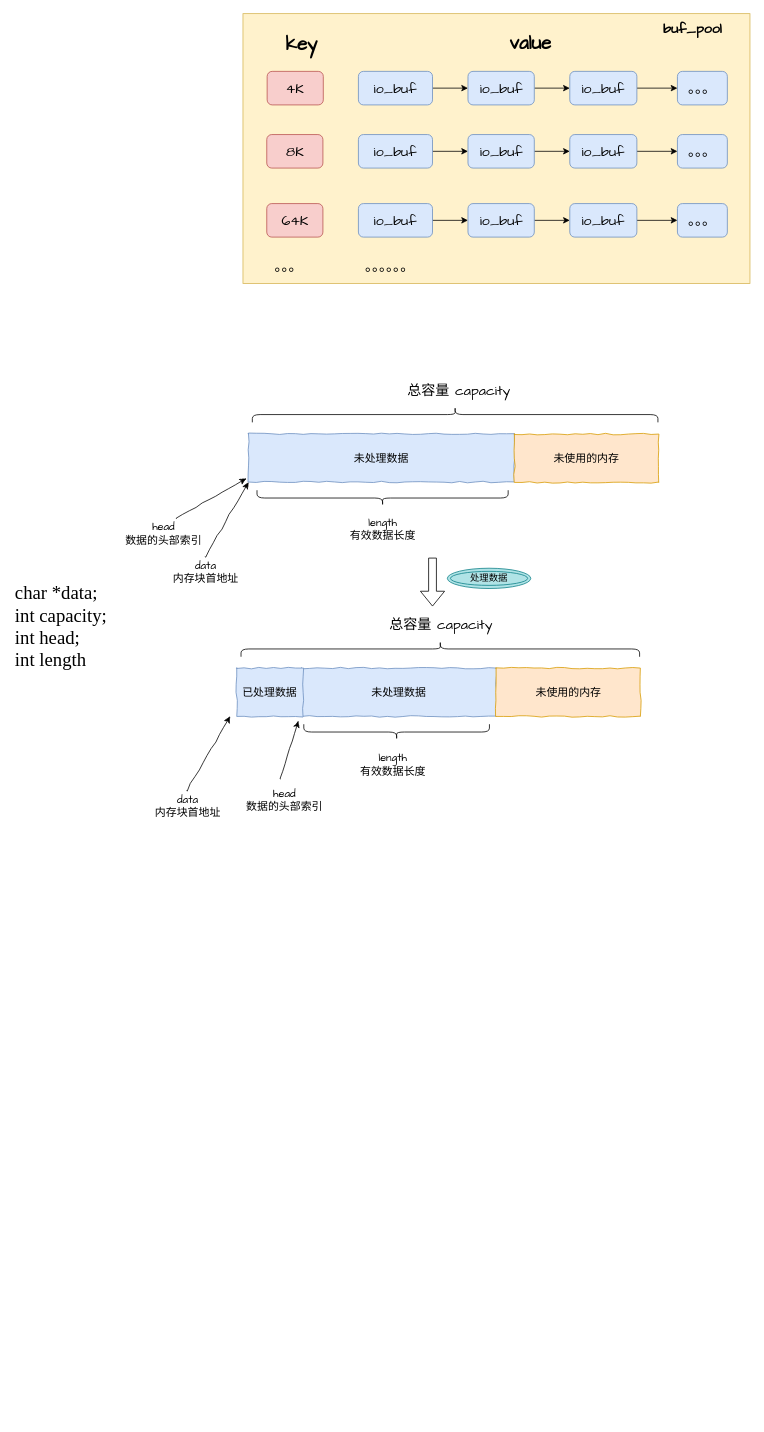
Above: page "负载均衡该项目" (4 of 4) of docs/workSpacePic/图标.drawio in kenlin-00/kendall-cpp-view (draw.io), before the change. Source tidied: cells renumbered, new cells numbered last; positions are measured from the earlier drawing's top-left corner, leaving out a move shared by most shapes. Both pictures are drawn from the tidied source at 78%, with x=0, y=0 at pixel (13, 13).
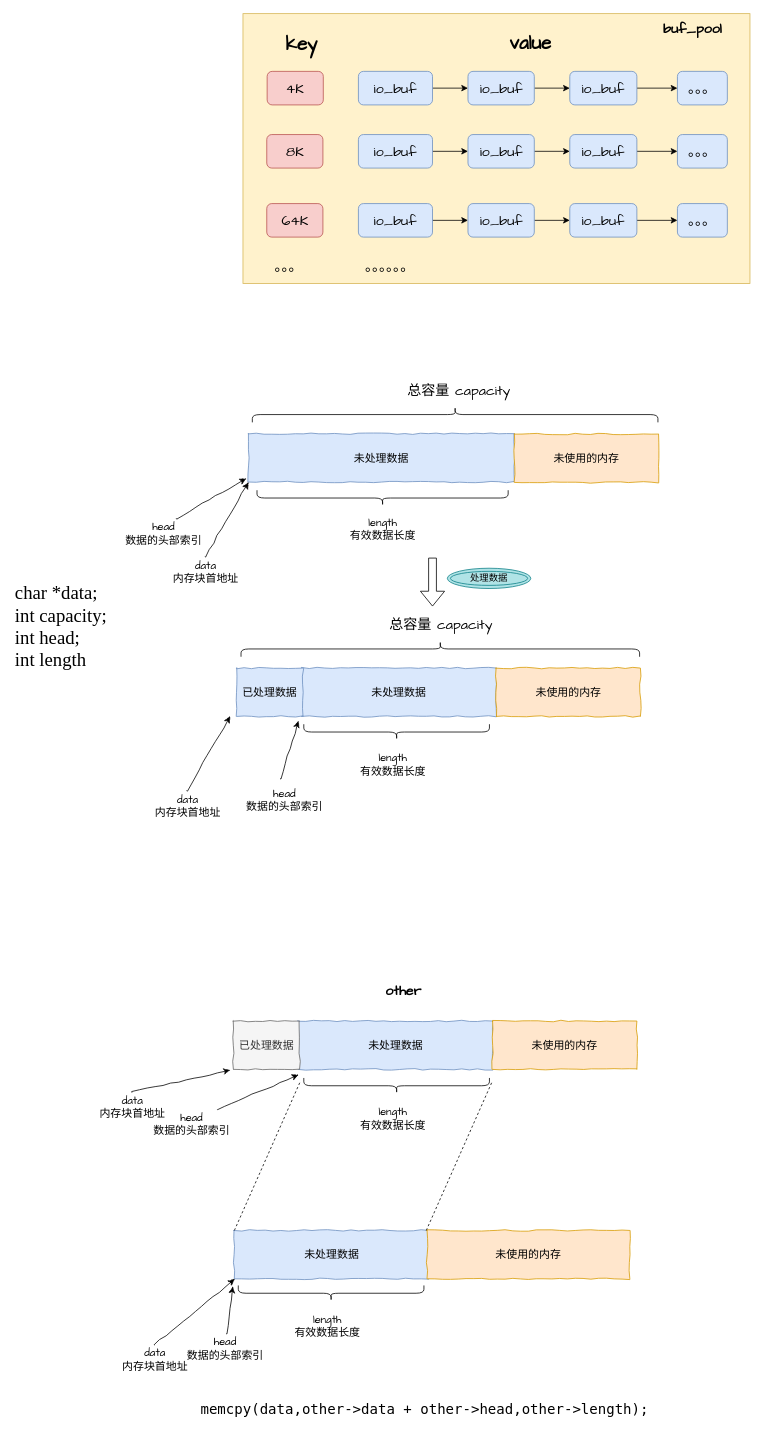
The same diagram, later.

The edit, as a diff of the source:
```diff
@@
+    <mxCell id="56" value="&lt;font style=&quot;font-size: 14px&quot;&gt;未处理数据&lt;/font&gt;" style="rounded=0;whiteSpace=wrap;html=1;fillColor=#dae8fc;strokeColor=#6c8ebf;comic=1;" parent="1" vertex="1">
+      <mxGeometry x="364.5" y="1291.5" width="250" height="62" as="geometry" />
+    </mxCell>
+    <mxCell id="57" value="&lt;font style=&quot;font-size: 14px&quot;&gt;未使用的内存&lt;/font&gt;" style="rounded=0;whiteSpace=wrap;html=1;fillColor=#ffe6cc;strokeColor=#d79b00;comic=1;" parent="1" vertex="1">
+      <mxGeometry x="614" y="1291.5" width="185" height="62" as="geometry" />
+    </mxCell>
+    <mxCell id="58" value="&lt;font style=&quot;font-size: 14px&quot;&gt;已处理数据&lt;/font&gt;" style="rounded=0;whiteSpace=wrap;html=1;fillColor=#f5f5f5;strokeColor=#666666;comic=1;fontColor=#333333;" parent="1" vertex="1">
+      <mxGeometry x="281.5" y="1291.5" width="85" height="62" as="geometry" />
+    </mxCell>
+    <mxCell id="59" value="&lt;font style=&quot;font-size: 18px&quot; face=&quot;Comic Sans MS&quot;&gt;&lt;b&gt;other&lt;/b&gt;&lt;/font&gt;" style="text;html=1;align=left;verticalAlign=top;spacingTop=-4;" parent="1" vertex="1">
+      <mxGeometry x="474.5" y="1239.5" width="57" height="16" as="geometry" />
+    </mxCell>
+    <mxCell id="60" style="endArrow=classic;html=1;exitX=0.495;exitY=-0.006;exitDx=0;exitDy=0;exitPerimeter=0;comic=1;" parent="1" edge="1" source="61">
+      <mxGeometry relative="1" as="geometry">
+        <mxPoint x="277.5" y="1354.5" as="targetPoint" />
+      </mxGeometry>
+    </mxCell>
+    <mxCell id="61" value="&lt;font style=&quot;font-size: 14px&quot; face=&quot;Comic Sans MS&quot;&gt;data &lt;br&gt;内存块首地址&lt;/font&gt;" style="text;html=1;points=[];align=center;verticalAlign=top;spacingTop=-4;" parent="1" vertex="1">
+      <mxGeometry x="105" y="1383" width="94" height="29" as="geometry" />
+    </mxCell>
+    <mxCell id="62" style="endArrow=classic;html=1;comic=1;" parent="1" edge="1" source="65">
+      <mxGeometry relative="1" as="geometry">
+        <mxPoint x="365" y="1360.5" as="targetPoint" />
+      </mxGeometry>
+    </mxCell>
+    <mxCell id="63" style="shape=curlyBracket;whiteSpace=wrap;html=1;rounded=1;rotation=-90;backgroundOutline=0;noLabel=0;" parent="1" vertex="1">
+      <mxGeometry x="481" y="1255.5" width="20" height="238" as="geometry" />
+    </mxCell>
+    <mxCell id="64" value="&lt;font style=&quot;font-size: 14px&quot; face=&quot;Comic Sans MS&quot;&gt;length&lt;br&gt;有效数据长度&lt;br&gt;&lt;/font&gt;" style="text;html=1;align=center;verticalAlign=top;spacingTop=-4;" parent="1" vertex="1">
+      <mxGeometry x="438.5" y="1397.5" width="94" height="29" as="geometry" />
+    </mxCell>
+    <mxCell id="65" value="&lt;font face=&quot;Comic Sans MS&quot;&gt;&lt;font style=&quot;font-size: 14px&quot;&gt;head&lt;br&gt;数据的头部索引&lt;/font&gt;&lt;br&gt;&lt;/font&gt;" style="text;html=1;points=[];align=center;verticalAlign=top;spacingTop=-4;" parent="1" vertex="1">
+      <mxGeometry x="173.5" y="1405" width="108" height="29" as="geometry" />
+    </mxCell>
+    <mxCell id="66" value="&lt;font style=&quot;font-size: 14px&quot;&gt;未处理数据&lt;/font&gt;" style="rounded=0;whiteSpace=wrap;html=1;fillColor=#dae8fc;strokeColor=#6c8ebf;comic=1;" parent="1" vertex="1">
+      <mxGeometry x="282.5" y="1560" width="250" height="62" as="geometry" />
+    </mxCell>
+    <mxCell id="67" value="&lt;font style=&quot;font-size: 14px&quot;&gt;未使用的内存&lt;/font&gt;" style="rounded=0;whiteSpace=wrap;html=1;fillColor=#ffe6cc;strokeColor=#d79b00;comic=1;" parent="1" vertex="1">
+      <mxGeometry x="530" y="1560" width="260" height="62" as="geometry" />
+    </mxCell>
+    <mxCell id="68" style="endArrow=none;dashed=1;html=1;entryX=0.825;entryY=-0.017;entryDx=0;entryDy=0;entryPerimeter=0;" parent="1" edge="1" target="63">
+      <mxGeometry relative="1" as="geometry">
+        <mxPoint x="283" y="1560" as="sourcePoint" />
+      </mxGeometry>
+    </mxCell>
+    <mxCell id="69" style="endArrow=none;dashed=1;html=1;entryX=0.825;entryY=-0.017;entryDx=0;entryDy=0;entryPerimeter=0;" parent="1" edge="1">
+      <mxGeometry relative="1" as="geometry">
+        <mxPoint x="529" y="1560" as="sourcePoint" />
+        <mxPoint x="614" y="1368" as="targetPoint" />
+      </mxGeometry>
+    </mxCell>
+    <mxCell id="70" style="endArrow=classic;html=1;exitX=0.495;exitY=-0.006;exitDx=0;exitDy=0;exitPerimeter=0;comic=1;entryX=0.003;entryY=1.006;entryDx=0;entryDy=0;entryPerimeter=0;" parent="1" edge="1" source="71" target="66">
+      <mxGeometry relative="1" as="geometry" />
+    </mxCell>
+    <mxCell id="71" value="&lt;font style=&quot;font-size: 14px&quot; face=&quot;Comic Sans MS&quot;&gt;data &lt;br&gt;内存块首地址&lt;/font&gt;" style="text;html=1;points=[];align=center;verticalAlign=top;spacingTop=-4;" parent="1" vertex="1">
+      <mxGeometry x="133.5" y="1707" width="94" height="29" as="geometry" />
+    </mxCell>
+    <mxCell id="72" style="endArrow=classic;html=1;comic=1;" parent="1" edge="1" source="73">
+      <mxGeometry relative="1" as="geometry">
+        <mxPoint x="281" y="1632" as="targetPoint" />
+      </mxGeometry>
+    </mxCell>
+    <mxCell id="73" value="&lt;font face=&quot;Comic Sans MS&quot;&gt;&lt;font style=&quot;font-size: 14px&quot;&gt;head&lt;br&gt;数据的头部索引&lt;/font&gt;&lt;br&gt;&lt;/font&gt;" style="text;html=1;points=[];align=center;verticalAlign=top;spacingTop=-4;" parent="1" vertex="1">
+      <mxGeometry x="217" y="1692.5" width="108" height="29" as="geometry" />
+    </mxCell>
+    <mxCell id="74" style="shape=curlyBracket;whiteSpace=wrap;html=1;rounded=1;rotation=-90;backgroundOutline=0;noLabel=0;" parent="1" vertex="1">
+      <mxGeometry x="397" y="1521.5" width="20" height="238" as="geometry" />
+    </mxCell>
+    <mxCell id="75" value="&lt;font style=&quot;font-size: 14px&quot; face=&quot;Comic Sans MS&quot;&gt;length&lt;br&gt;有效数据长度&lt;br&gt;&lt;/font&gt;" style="text;html=1;align=center;verticalAlign=top;spacingTop=-4;" parent="1" vertex="1">
+      <mxGeometry x="354.5" y="1663.5" width="94" height="29" as="geometry" />
+    </mxCell>
+    <mxCell id="76" value="&lt;font style=&quot;font-size: 18px&quot; face=&quot;Lucida Console&quot;&gt;memcpy(data,other-&amp;gt;data + other-&amp;gt;head,other-&amp;gt;length);&lt;/font&gt;" style="text;html=1;align=left;verticalAlign=top;spacingTop=-4;" parent="1" vertex="1">
+      <mxGeometry x="237.5" y="1776" width="585" height="14" as="geometry" />
+    </mxCell>
```
